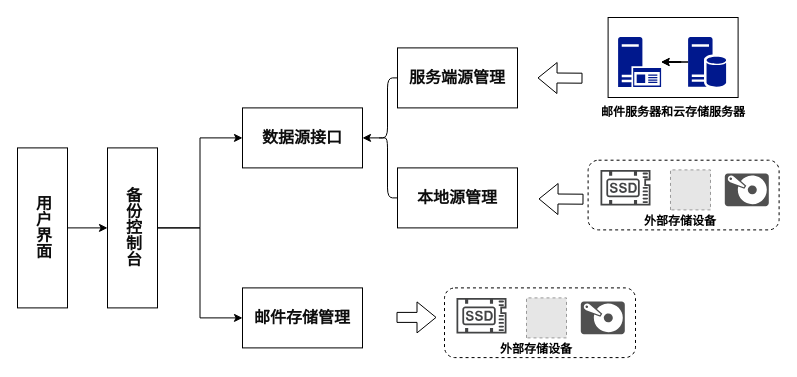
Earlier version of the draw.io diagram page "第 4 页" (4 of 5) of 第三章关键问题.drawio (GreenTee-color/Documents). Source tidied: cells renumbered, new cells numbered last; positions are measured from the earlier drawing's top-left corner, leaving out a move shared by most shapes. Both pictures are drawn from the tidied source at 100%, with x=0, y=0 at pixel (17, 17). Pictures stored in the file or linked from it are replaced by grey dashed boxes.
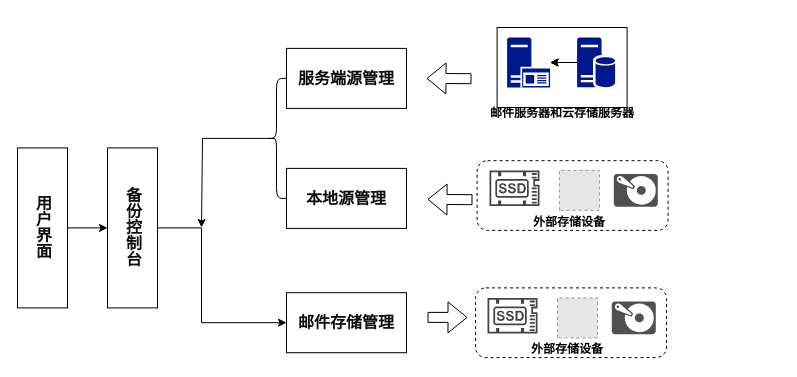
Above is the later version.

Commit message (it also covers changes not shown here):
更新第三章关键问题.drawio

Unchanged cells that the change refers to:
```xml
<mxCell id="2" style="group;" parent="1" vertex="1">
  <mxGeometry width="761.6" height="342.4" as="geometry" />
</mxCell>
<mxCell id="10" value="&lt;span style=&quot;border: 0px solid rgb(227, 227, 227); box-sizing: border-box; --tw-border-spacing-x: 0; --tw-border-spacing-y: 0; --tw-translate-x: 0; --tw-translate-y: 0; --tw-rotate: 0; --tw-skew-x: 0; --tw-skew-y: 0; --tw-scale-x: 1; --tw-scale-y: 1; --tw-pan-x: ; --tw-pan-y: ; --tw-pinch-zoom: ; --tw-scroll-snap-strictness: proximity; --tw-gradient-from-position: ; --tw-gradient-via-position: ; --tw-gradient-to-position: ; --tw-ordinal: ; --tw-slashed-zero: ; --tw-numeric-figure: ; --tw-numeric-spacing: ; --tw-numeric-fraction: ; --tw-ring-inset: ; --tw-ring-offset-width: 0px; --tw-ring-offset-color: #fff; --tw-ring-color: rgba(69,89,164,.5); --tw-ring-offset-shadow: 0 0 transparent; --tw-ring-shadow: 0 0 transparent; --tw-shadow: 0 0 transparent; --tw-shadow-colored: 0 0 transparent; --tw-blur: ; --tw-brightness: ; --tw-contrast: ; --tw-grayscale: ; --tw-hue-rotate: ; --tw-invert: ; --tw-saturate: ; --tw-sepia: ; --tw-drop-shadow: ; --tw-backdrop-blur: ; --tw-backdrop-brightness: ; --tw-backdrop-contrast: ; --tw-backdrop-grayscale: ; --tw-backdrop-hue-rotate: ; --tw-backdrop-invert: ; --tw-backdrop-opacity: ; --tw-backdrop-saturate: ; --tw-backdrop-sepia: ; font-weight: 600; color: rgb(13, 13, 13); font-family: Söhne, ui-sans-serif, system-ui, -apple-system, &amp;quot;Segoe UI&amp;quot;, Roboto, Ubuntu, Cantarell, &amp;quot;Noto Sans&amp;quot;, sans-serif, &amp;quot;Helvetica Neue&amp;quot;, Arial, &amp;quot;Apple Color Emoji&amp;quot;, &amp;quot;Segoe UI Emoji&amp;quot;, &amp;quot;Segoe UI Symbol&amp;quot;, &amp;quot;Noto Color Emoji&amp;quot;; font-size: 16px; text-align: left; white-space-collapse: preserve; background-color: rgb(255, 255, 255);&quot;&gt;备份控制台&lt;/span&gt;" style="rounded=0;whiteSpace=wrap;html=1;textDirection=vertical-lr;" parent="2" vertex="1">
  <mxGeometry x="90" y="130.4" width="50" height="160" as="geometry" />
</mxCell>
```

What changed in the source:
```diff
@@
     <mxCell id="3" style="rounded=1;whiteSpace=wrap;html=1;dashed=1;" parent="2" vertex="1">
-      <mxGeometry x="570.6" y="142.7" width="191" height="69.7" as="geometry" />
+      <mxGeometry x="459.6" y="143.2" width="191" height="69.7" as="geometry" />
     </mxCell>
     <mxCell id="4" style="rounded=1;whiteSpace=wrap;html=1;dashed=1;" parent="2" vertex="1">
-      <mxGeometry x="427" y="270.4" width="191" height="69.7" as="geometry" />
+      <mxGeometry x="458" y="270.4" width="191" height="69.7" as="geometry" />
     </mxCell>
-    <mxCell id="5" value="&lt;span style=&quot;text-align: left; white-space-collapse: preserve; border: 0px solid rgb(227, 227, 227); box-sizing: border-box; --tw-border-spacing-x: 0; --tw-border-spacing-y: 0; --tw-translate-x: 0; --tw-translate-y: 0; --tw-rotate: 0; --tw-skew-x: 0; --tw-skew-y: 0; --tw-scale-x: 1; --tw-scale-y: 1; --tw-pan-x: ; --tw-pan-y: ; --tw-pinch-zoom: ; --tw-scroll-snap-strictness: proximity; --tw-gradient-from-position: ; --tw-gradient-via-position: ; --tw-gradient-to-position: ; --tw-ordinal: ; --tw-slashed-zero: ; --tw-numeric-figure: ; --tw-numeric-spacing: ; --tw-numeric-fraction: ; --tw-ring-inset: ; --tw-ring-offset-width: 0px; --tw-ring-offset-color: #fff; --tw-ring-color: rgba(69,89,164,.5); --tw-ring-offset-shadow: 0 0 transparent; --tw-ring-shadow: 0 0 transparent; --tw-shadow: 0 0 transparent; --tw-shadow-colored: 0 0 transparent; --tw-blur: ; --tw-brightness: ; --tw-contrast: ; --tw-grayscale: ; --tw-hue-rotate: ; --tw-invert: ; --tw-saturate: ; --tw-sepia: ; --tw-drop-shadow: ; --tw-backdrop-blur: ; --tw-backdrop-brightness: ; --tw-backdrop-contrast: ; --tw-backdrop-grayscale: ; --tw-backdrop-hue-rotate: ; --tw-backdrop-invert: ; --tw-backdrop-opacity: ; --tw-backdrop-saturate: ; --tw-backdrop-sepia: ; font-weight: 600; color: rgb(13, 13, 13); font-family: Söhne, ui-sans-serif, system-ui, -apple-system, &amp;quot;Segoe UI&amp;quot;, Roboto, Ubuntu, Cantarell, &amp;quot;Noto Sans&amp;quot;, sans-serif, &amp;quot;Helvetica Neue&amp;quot;, Arial, &amp;quot;Apple Color Emoji&amp;quot;, &amp;quot;Segoe UI Emoji&amp;quot;, &amp;quot;Segoe UI Symbol&amp;quot;, &amp;quot;Noto Color Emoji&amp;quot;; font-size: 16px; background-color: rgb(255, 255, 255);&quot;&gt;数据源接口&lt;/span&gt;" style="rounded=0;whiteSpace=wrap;html=1;" parent="2" vertex="1">
-      <mxGeometry x="225" y="90.4" width="120" height="60" as="geometry" />
-    </mxCell>
@@
-    <mxCell id="8" style="edgeStyle=orthogonalEdgeStyle;rounded=0;jettySize=auto;html=1;entryX=0;entryY=0.5;entryDx=0;entryDy=0;" parent="2" edge="1" source="10" target="5">
-      <mxGeometry relative="1" as="geometry" />
-    </mxCell>
     <mxCell id="9" style="edgeStyle=orthogonalEdgeStyle;rounded=0;jettySize=auto;html=1;entryX=0;entryY=0.5;entryDx=0;entryDy=0;" parent="2" edge="1" source="10" target="11">
-      <mxGeometry relative="1" as="geometry" />
+      <mxGeometry relative="1" as="geometry">
+        <Array as="points">
+          <mxPoint x="184" y="210" />
+          <mxPoint x="184" y="305" />
+        </Array>
+      </mxGeometry>
     </mxCell>
@@
     <mxCell id="11" value="&lt;span style=&quot;border: 0px solid rgb(227, 227, 227); box-sizing: border-box; --tw-border-spacing-x: 0; --tw-border-spacing-y: 0; --tw-translate-x: 0; --tw-translate-y: 0; --tw-rotate: 0; --tw-skew-x: 0; --tw-skew-y: 0; --tw-scale-x: 1; --tw-scale-y: 1; --tw-pan-x: ; --tw-pan-y: ; --tw-pinch-zoom: ; --tw-scroll-snap-strictness: proximity; --tw-gradient-from-position: ; --tw-gradient-via-position: ; --tw-gradient-to-position: ; --tw-ordinal: ; --tw-slashed-zero: ; --tw-numeric-figure: ; --tw-numeric-spacing: ; --tw-numeric-fraction: ; --tw-ring-inset: ; --tw-ring-offset-width: 0px; --tw-ring-offset-color: #fff; --tw-ring-color: rgba(69,89,164,.5); --tw-ring-offset-shadow: 0 0 transparent; --tw-ring-shadow: 0 0 transparent; --tw-shadow: 0 0 transparent; --tw-shadow-colored: 0 0 transparent; --tw-blur: ; --tw-brightness: ; --tw-contrast: ; --tw-grayscale: ; --tw-hue-rotate: ; --tw-invert: ; --tw-saturate: ; --tw-sepia: ; --tw-drop-shadow: ; --tw-backdrop-blur: ; --tw-backdrop-brightness: ; --tw-backdrop-contrast: ; --tw-backdrop-grayscale: ; --tw-backdrop-hue-rotate: ; --tw-backdrop-invert: ; --tw-backdrop-opacity: ; --tw-backdrop-saturate: ; --tw-backdrop-sepia: ; font-weight: 600; color: rgb(13, 13, 13); font-family: Söhne, ui-sans-serif, system-ui, -apple-system, &amp;quot;Segoe UI&amp;quot;, Roboto, Ubuntu, Cantarell, &amp;quot;Noto Sans&amp;quot;, sans-serif, &amp;quot;Helvetica Neue&amp;quot;, Arial, &amp;quot;Apple Color Emoji&amp;quot;, &amp;quot;Segoe UI Emoji&amp;quot;, &amp;quot;Segoe UI Symbol&amp;quot;, &amp;quot;Noto Color Emoji&amp;quot;; font-size: 16px; text-align: left; white-space-collapse: preserve; background-color: rgb(255, 255, 255);&quot;&gt;邮件存储管理&lt;/span&gt;" style="rounded=0;whiteSpace=wrap;html=1;" parent="2" vertex="1">
-      <mxGeometry x="225" y="270.4" width="120" height="60" as="geometry" />
+      <mxGeometry x="269" y="275.2" width="120" height="60" as="geometry" />
     </mxCell>
     <mxCell id="12" style="shape=flexArrow;endArrow=classic;html=1;rounded=0;" parent="2" edge="1">
       <mxGeometry relative="1" as="geometry">
-        <mxPoint x="565" y="60.7" as="sourcePoint" />
-        <mxPoint x="520" y="60.4" as="targetPoint" />
+        <mxPoint x="454" y="61.2" as="sourcePoint" />
+        <mxPoint x="409" y="60.9" as="targetPoint" />
       </mxGeometry>
     </mxCell>
     <mxCell id="13" style="shape=flexArrow;endArrow=classic;html=1;rounded=0;" parent="2" edge="1">
       <mxGeometry relative="1" as="geometry">
-        <mxPoint x="379" y="299.9" as="sourcePoint" />
-        <mxPoint x="419" y="299.9" as="targetPoint" />
+        <mxPoint x="410" y="299.9" as="sourcePoint" />
+        <mxPoint x="450" y="299.9" as="targetPoint" />
       </mxGeometry>
     </mxCell>
-    <mxCell id="14" style="edgeStyle=orthogonalEdgeStyle;rounded=0;jettySize=auto;html=1;exitX=0.1;exitY=0.5;exitDx=0;exitDy=0;exitPerimeter=0;entryX=1;entryY=0.5;entryDx=0;entryDy=0;" parent="2" edge="1" source="30" target="5">
-      <mxGeometry relative="1" as="geometry" />
+    <mxCell id="14" style="edgeStyle=orthogonalEdgeStyle;rounded=0;jettySize=auto;html=1;exitX=0.1;exitY=0.5;exitDx=0;exitDy=0;exitPerimeter=0;" parent="2" edge="1" source="30">
+      <mxGeometry relative="1" as="geometry">
+        <mxPoint x="184" y="210" as="targetPoint" />
+        <Array as="points">
+          <mxPoint x="251" y="120" />
+          <mxPoint x="185" y="120" />
+        </Array>
+      </mxGeometry>
     </mxCell>
     <mxCell id="15" style="shape=flexArrow;endArrow=classic;html=1;rounded=0;" parent="2" edge="1">
       <mxGeometry relative="1" as="geometry">
-        <mxPoint x="566" y="181.7" as="sourcePoint" />
-        <mxPoint x="521" y="181.4" as="targetPoint" />
+        <mxPoint x="455" y="182.2" as="sourcePoint" />
+        <mxPoint x="410" y="181.9" as="targetPoint" />
       </mxGeometry>
     </mxCell>
     <mxCell id="16" value="邮件服务器和云存储服务器" style="text;html=1;align=center;verticalAlign=middle;whiteSpace=wrap;rounded=0;fontStyle=1;" parent="2" vertex="1">
-      <mxGeometry x="575.6" y="80" width="160" height="30" as="geometry" />
+      <mxGeometry x="464.6" y="80.5" width="160" height="30" as="geometry" />
     </mxCell>
     <mxCell id="17" style="rounded=0;whiteSpace=wrap;html=1;" parent="2" vertex="1">
-      <mxGeometry x="590.6" width="130" height="80" as="geometry" />
+      <mxGeometry x="479.6" y="10" width="130" height="80" as="geometry" />
     </mxCell>
     <mxCell id="18" style="sketch=0;shadow=0;dashed=0;html=1;strokeColor=none;labelPosition=center;verticalLabelPosition=bottom;verticalAlign=top;align=center;fillColor=#00188D;shape=mxgraph.mscae.enterprise.application_server2;" parent="2" vertex="1">
-      <mxGeometry x="600.6" y="19.5" width="43" height="50" as="geometry" />
+      <mxGeometry x="489.6" y="20" width="43" height="50" as="geometry" />
     </mxCell>
@@
     <mxCell id="20" style="sketch=0;shadow=0;dashed=0;html=1;strokeColor=none;labelPosition=center;verticalLabelPosition=bottom;verticalAlign=top;align=center;fillColor=#00188D;shape=mxgraph.mscae.enterprise.database_server;" parent="2" vertex="1">
-      <mxGeometry x="670.6" y="19.5" width="38" height="50" as="geometry" />
+      <mxGeometry x="559.6" y="20" width="38" height="50" as="geometry" />
     </mxCell>
@@
     <mxCell id="22" style="sketch=0;shadow=0;dashed=0;html=1;strokeColor=none;fillColor=#505050;labelPosition=center;verticalLabelPosition=bottom;verticalAlign=top;align=center;shape=mxgraph.office.devices.hard_disk;rotation=90;" parent="2" vertex="1">
-      <mxGeometry x="569" y="278.4" width="32.6" height="44" as="geometry" />
+      <mxGeometry x="600" y="278.4" width="32.6" height="44" as="geometry" />
     </mxCell>
     <mxCell id="23" style="sketch=0;shadow=0;dashed=0;html=1;strokeColor=none;fillColor=#434445;labelPosition=center;verticalLabelPosition=bottom;verticalAlign=top;align=center;shape=mxgraph.vvd.ssd;" parent="2" vertex="1">
-      <mxGeometry x="439" y="280.4" width="50" height="35.5" as="geometry" />
+      <mxGeometry x="470" y="280.4" width="50" height="35.5" as="geometry" />
     </mxCell>
     <mxCell id="24" style="fillColor=#E6E6E6;strokeColor=#999999;dashed=1;html=1;verticalAlign=top;verticalLabelPosition=bottom;labelBackgroundColor=#ffffff;rotation=-90;" parent="2" vertex="1">
-      <mxGeometry x="509" y="280.4" width="40" height="40" as="geometry" />
+      <mxGeometry x="540" y="280.4" width="40" height="40" as="geometry" />
     </mxCell>
     <mxCell id="25" value="&lt;span style=&quot;text-align: left;&quot;&gt;外部存储设备&lt;/span&gt;" style="text;html=1;align=center;verticalAlign=middle;whiteSpace=wrap;rounded=0;fontStyle=1;" parent="2" vertex="1">
-      <mxGeometry x="449" y="322.4" width="140" height="20" as="geometry" />
+      <mxGeometry x="480" y="322.4" width="140" height="20" as="geometry" />
     </mxCell>
     <mxCell id="26" style="sketch=0;shadow=0;dashed=0;html=1;strokeColor=none;fillColor=#505050;labelPosition=center;verticalLabelPosition=bottom;verticalAlign=top;align=center;shape=mxgraph.office.devices.hard_disk;rotation=90;" parent="2" vertex="1">
-      <mxGeometry x="713" y="150.4" width="32.6" height="44" as="geometry" />
+      <mxGeometry x="602" y="150.9" width="32.6" height="44" as="geometry" />
     </mxCell>
     <mxCell id="27" style="sketch=0;shadow=0;dashed=0;html=1;strokeColor=none;fillColor=#434445;labelPosition=center;verticalLabelPosition=bottom;verticalAlign=top;align=center;shape=mxgraph.vvd.ssd;" parent="2" vertex="1">
-      <mxGeometry x="583" y="152.4" width="50" height="35.5" as="geometry" />
+      <mxGeometry x="472" y="152.9" width="50" height="35.5" as="geometry" />
     </mxCell>
     <mxCell id="28" style="fillColor=#E6E6E6;strokeColor=#999999;dashed=1;html=1;verticalAlign=top;verticalLabelPosition=bottom;labelBackgroundColor=#ffffff;rotation=-90;" parent="2" vertex="1">
-      <mxGeometry x="653" y="152.4" width="40" height="40" as="geometry" />
+      <mxGeometry x="542" y="152.9" width="40" height="40" as="geometry" />
     </mxCell>
     <mxCell id="29" value="&lt;span style=&quot;text-align: left;&quot;&gt;外部存储设备&lt;/span&gt;" style="text;html=1;align=center;verticalAlign=middle;whiteSpace=wrap;rounded=0;fontStyle=1;" parent="2" vertex="1">
-      <mxGeometry x="593" y="194.4" width="140" height="20" as="geometry" />
+      <mxGeometry x="482" y="194.9" width="140" height="20" as="geometry" />
     </mxCell>
     <mxCell id="30" style="shape=curlyBracket;whiteSpace=wrap;html=1;rounded=1;labelPosition=left;verticalLabelPosition=middle;align=right;verticalAlign=middle;" parent="2" vertex="1">
-      <mxGeometry x="360" y="60.4" width="20" height="120" as="geometry" />
+      <mxGeometry x="249" y="60.9" width="20" height="120" as="geometry" />
     </mxCell>
     <mxCell id="31" value="&lt;font face=&quot;Söhne, ui-sans-serif, system-ui, -apple-system, Segoe UI, Roboto, Ubuntu, Cantarell, Noto Sans, sans-serif, Helvetica Neue, Arial, Apple Color Emoji, Segoe UI Emoji, Segoe UI Symbol, Noto Color Emoji&quot; color=&quot;#0d0d0d&quot;&gt;&lt;span style=&quot;font-size: 16px; white-space-collapse: preserve; background-color: rgb(255, 255, 255);&quot;&gt;&lt;b&gt;服务端源管理&lt;/b&gt;&lt;/span&gt;&lt;/font&gt;" style="rounded=0;whiteSpace=wrap;html=1;" parent="2" vertex="1">
-      <mxGeometry x="380" y="30.4" width="120" height="60" as="geometry" />
+      <mxGeometry x="269" y="30.9" width="120" height="60" as="geometry" />
     </mxCell>
     <mxCell id="32" value="&lt;div style=&quot;text-align: left;&quot;&gt;&lt;font face=&quot;Söhne, ui-sans-serif, system-ui, -apple-system, Segoe UI, Roboto, Ubuntu, Cantarell, Noto Sans, sans-serif, Helvetica Neue, Arial, Apple Color Emoji, Segoe UI Emoji, Segoe UI Symbol, Noto Color Emoji&quot; color=&quot;#0d0d0d&quot;&gt;&lt;span style=&quot;font-size: 16px; white-space-collapse: preserve; background-color: rgb(255, 255, 255);&quot;&gt;&lt;b&gt;本地源管理&lt;/b&gt;&lt;/span&gt;&lt;/font&gt;&lt;/div&gt;" style="rounded=0;whiteSpace=wrap;html=1;" parent="2" vertex="1">
-      <mxGeometry x="380" y="150.4" width="120" height="60" as="geometry" />
+      <mxGeometry x="269" y="150.9" width="120" height="60" as="geometry" />
     </mxCell>
```
